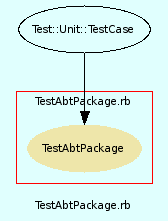
Before: src/trunk/doc/dot/f_12.png, a diagram exported from Graphviz (eschabell/abtlinux). Its source is kept beside it as src/trunk/doc/dot/f_12.dot.
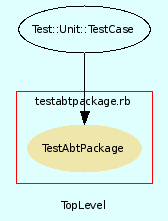
The same diagram one commit later.

The edit, as a diff of the source:
```diff
@@ -3,7 +3,7 @@
     bgcolor = lightcyan1
     fontname = Arial
     fontsize = 8
-    label = "TestAbtPackage.rb"
+    label = "TopLevel"
     node [
         fontname = Arial,
         fontsize = 8,
@@ -13,7 +13,7 @@
     subgraph cluster_13 {
         fontname = Arial
         color = red
-        label = "TestAbtPackage.rb"
+        label = "testabtpackage.rb"
         TestAbtPackage [
             fontcolor = black,
             URL = "classes/TestAbtPackage.html",
```
